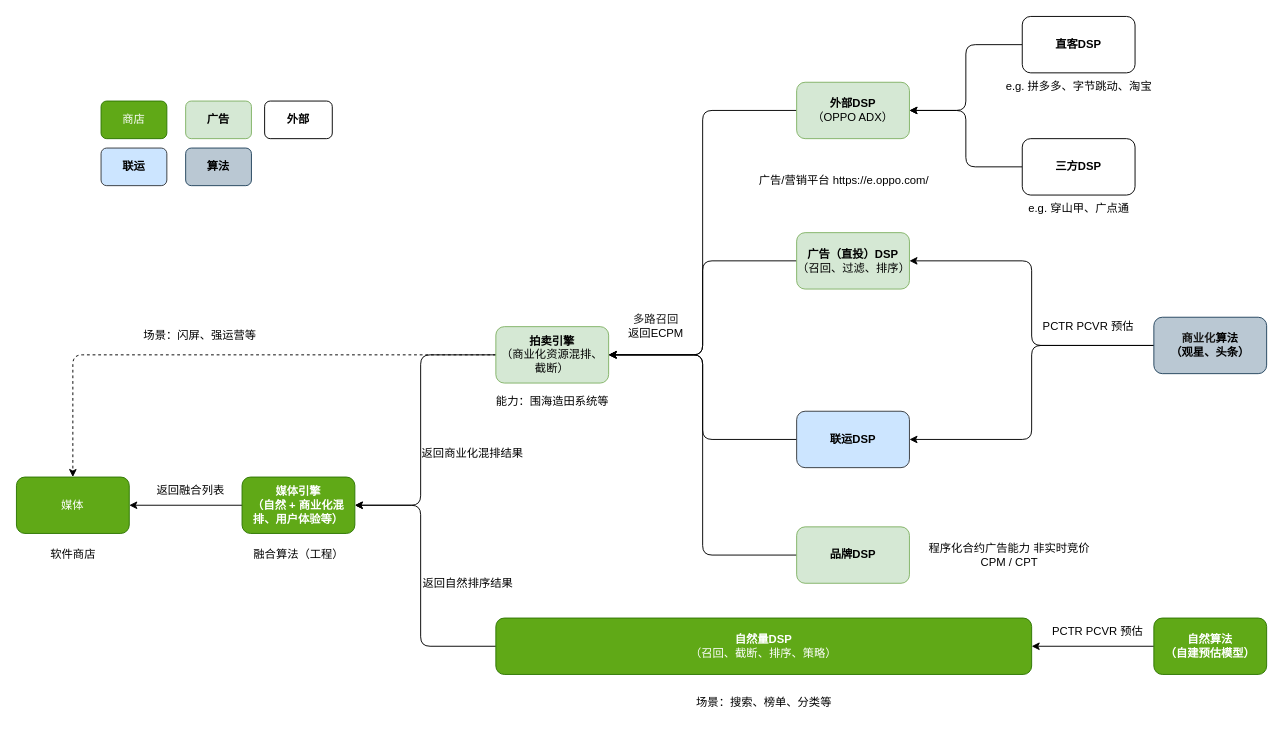
Before: 商业化.drawio in ETHAN0430/draw.io.repo, a draw.io diagram. Source tidied: cells renumbered, new cells numbered last; positions are measured from the earlier drawing's top-left corner, leaving out a move shared by most shapes. Both pictures are drawn from the tidied source at 94%, with x=0, y=0 at pixel (16, 16).
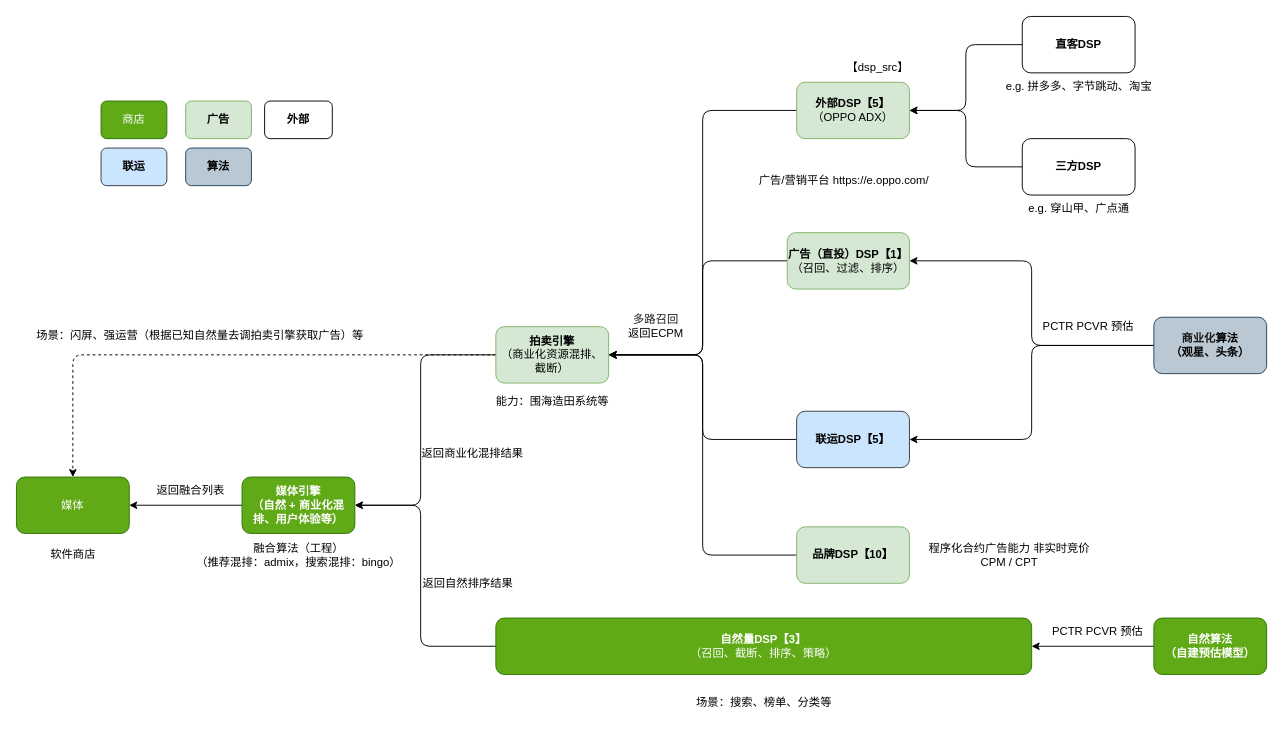
After the change.

Commit message:
更新商业化.drawio

The change refers to these unchanged cells:
```xml
<mxCell id="8" value="&lt;b&gt;拍卖引擎&lt;/b&gt;&lt;br&gt;（商业化资源混排、截断）" style="whiteSpace=wrap;html=1;rounded=1;fillColor=#d5e8d4;strokeColor=#82b366;" parent="1" vertex="1">
  <mxGeometry x="510" y="330" width="120" height="60" as="geometry" />
</mxCell>
```

Change to the diagram source:
```diff
@@
-    <mxCell id="9" value="自然量DSP&lt;br&gt;&lt;span style=&quot;font-weight: normal;&quot;&gt;（召回、截断、排序、策略）&lt;/span&gt;" style="rounded=1;whiteSpace=wrap;html=1;fillColor=#60a917;strokeColor=#2D7600;fontColor=#ffffff;fontStyle=1;" parent="1" vertex="1">
+    <mxCell id="9" value="自然量DSP【3】&lt;br&gt;&lt;span style=&quot;font-weight: normal;&quot;&gt;（召回、截断、排序、策略）&lt;/span&gt;" style="rounded=1;whiteSpace=wrap;html=1;fillColor=#60a917;strokeColor=#2D7600;fontColor=#ffffff;fontStyle=1;" parent="1" vertex="1">
       <mxGeometry x="510" y="640" width="570" height="60" as="geometry" />
     </mxCell>
@@
-    <mxCell id="11" value="外部DSP&lt;br&gt;&lt;span style=&quot;font-weight: normal;&quot;&gt;（OPPO ADX）&lt;/span&gt;" style="whiteSpace=wrap;html=1;rounded=1;fillColor=#d5e8d4;strokeColor=#82b366;fontStyle=1;" parent="1" vertex="1">
+    <mxCell id="11" value="外部DSP【5】&lt;br&gt;&lt;span style=&quot;font-weight: normal;&quot;&gt;（OPPO ADX）&lt;/span&gt;" style="whiteSpace=wrap;html=1;rounded=1;fillColor=#d5e8d4;strokeColor=#82b366;fontStyle=1;" parent="1" vertex="1">
       <mxGeometry x="830" y="70" width="120" height="60" as="geometry" />
     </mxCell>
@@
-    <mxCell id="13" value="品牌DSP" style="whiteSpace=wrap;html=1;rounded=1;fillColor=#d5e8d4;strokeColor=#82b366;fontStyle=1;" parent="1" vertex="1">
+    <mxCell id="13" value="品牌DSP【10】" style="whiteSpace=wrap;html=1;rounded=1;fillColor=#d5e8d4;strokeColor=#82b366;fontStyle=1;" parent="1" vertex="1">
       <mxGeometry x="830" y="543" width="120" height="60" as="geometry" />
     </mxCell>
@@
-    <mxCell id="15" value="联运DSP" style="whiteSpace=wrap;html=1;rounded=1;fillColor=#cce5ff;strokeColor=#36393d;fontStyle=1;" parent="1" vertex="1">
+    <mxCell id="15" value="联运DSP【5】" style="whiteSpace=wrap;html=1;rounded=1;fillColor=#cce5ff;strokeColor=#36393d;fontStyle=1;" parent="1" vertex="1">
       <mxGeometry x="830" y="420" width="120" height="60" as="geometry" />
     </mxCell>
     <mxCell id="16" style="edgeStyle=orthogonalEdgeStyle;rounded=1;jettySize=auto;html=1;entryX=1;entryY=0.5;entryDx=0;entryDy=0;curved=0;" parent="1" edge="1" source="17" target="8">
-      <mxGeometry relative="1" as="geometry" />
+      <mxGeometry relative="1" as="geometry">
+        <Array as="points">
+          <mxPoint x="730" y="260" />
+          <mxPoint x="730" y="360" />
+        </Array>
+      </mxGeometry>
     </mxCell>
-    <mxCell id="17" value="广告（直投）DSP&lt;br&gt;&lt;span style=&quot;font-weight: normal;&quot;&gt;（召回、过滤、排序）&lt;/span&gt;" style="whiteSpace=wrap;html=1;rounded=1;fillColor=#d5e8d4;strokeColor=#82b366;fontStyle=1;" parent="1" vertex="1">
-      <mxGeometry x="830" y="230" width="120" height="60" as="geometry" />
+    <mxCell id="17" value="广告（直投）DSP【1】&lt;br&gt;&lt;span style=&quot;font-weight: normal;&quot;&gt;（召回、过滤、排序）&lt;/span&gt;" style="whiteSpace=wrap;html=1;rounded=1;fillColor=#d5e8d4;strokeColor=#82b366;fontStyle=1;" parent="1" vertex="1">
+      <mxGeometry x="820" y="230" width="130" height="60" as="geometry" />
     </mxCell>
@@
-    <mxCell id="24" value="融合算法（工程）" style="text;html=1;align=center;verticalAlign=middle;strokeColor=none;fillColor=none;" parent="1" vertex="1">
-      <mxGeometry x="240" y="558" width="120" height="30" as="geometry" />
+    <mxCell id="24" value="融合算法（工程）&lt;br&gt;（推荐混排：admix，搜索混排：bingo）" style="text;html=1;align=center;verticalAlign=middle;strokeColor=none;fillColor=none;" parent="1" vertex="1">
+      <mxGeometry x="180" y="553" width="240" height="40" as="geometry" />
     </mxCell>
@@
-    <mxCell id="26" value="场景：闪屏、强运营等" style="text;html=1;align=center;verticalAlign=middle;strokeColor=none;fillColor=none;" parent="1" vertex="1">
-      <mxGeometry x="125" y="325" width="140" height="30" as="geometry" />
+    <mxCell id="26" value="场景：闪屏、强运营（根据已知自然量去调拍卖引擎获取广告）等" style="text;html=1;align=center;verticalAlign=middle;strokeColor=none;fillColor=none;" parent="1" vertex="1">
+      <mxGeometry x="10" y="325" width="370" height="30" as="geometry" />
     </mxCell>
@@
+    <mxCell id="47" value="【dsp_src】" style="text;html=1;align=center;verticalAlign=middle;strokeColor=none;fillColor=none;" parent="1" vertex="1">
+      <mxGeometry x="871" y="40" width="90" height="30" as="geometry" />
+    </mxCell>
```
